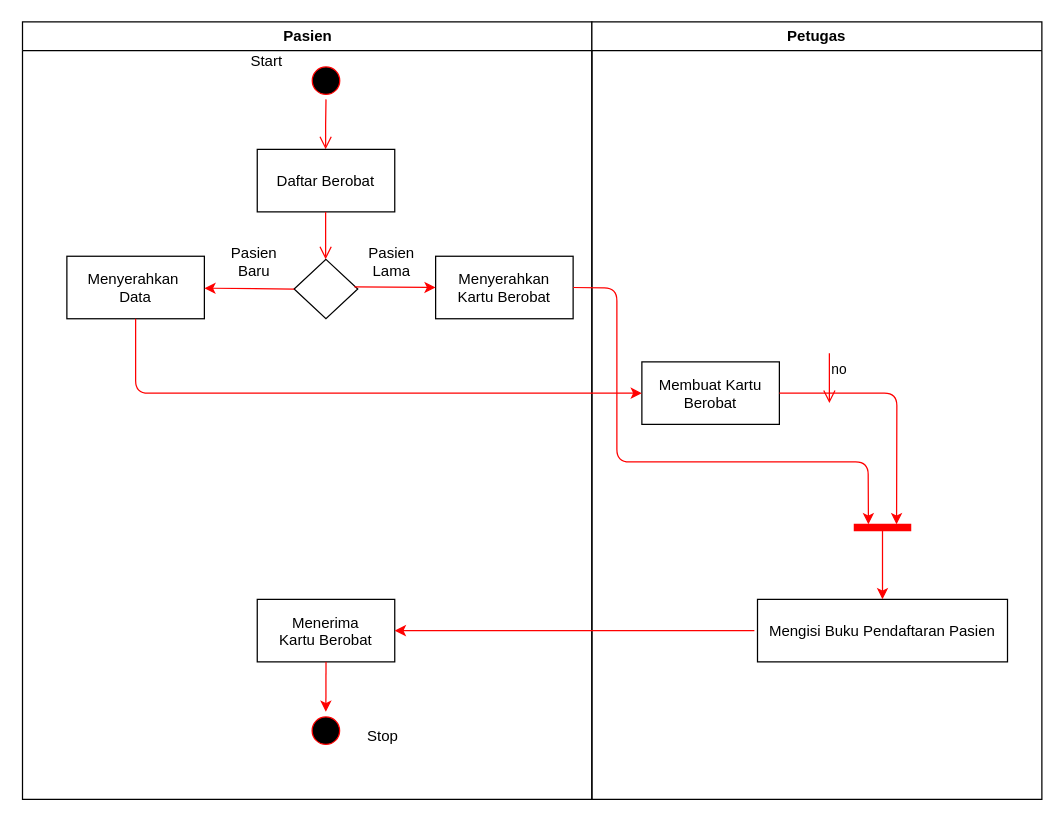
Above: Proses Pendaftaran Pasien.drawio in ratihpn99/rpn (draw.io), before the change. Source tidied: cells renumbered, new cells numbered last; positions are measured from the earlier drawing's top-left corner, leaving out a move shared by most shapes. Both pictures are drawn from the tidied source at 125%, with x=0, y=0 at pixel (21, 21).
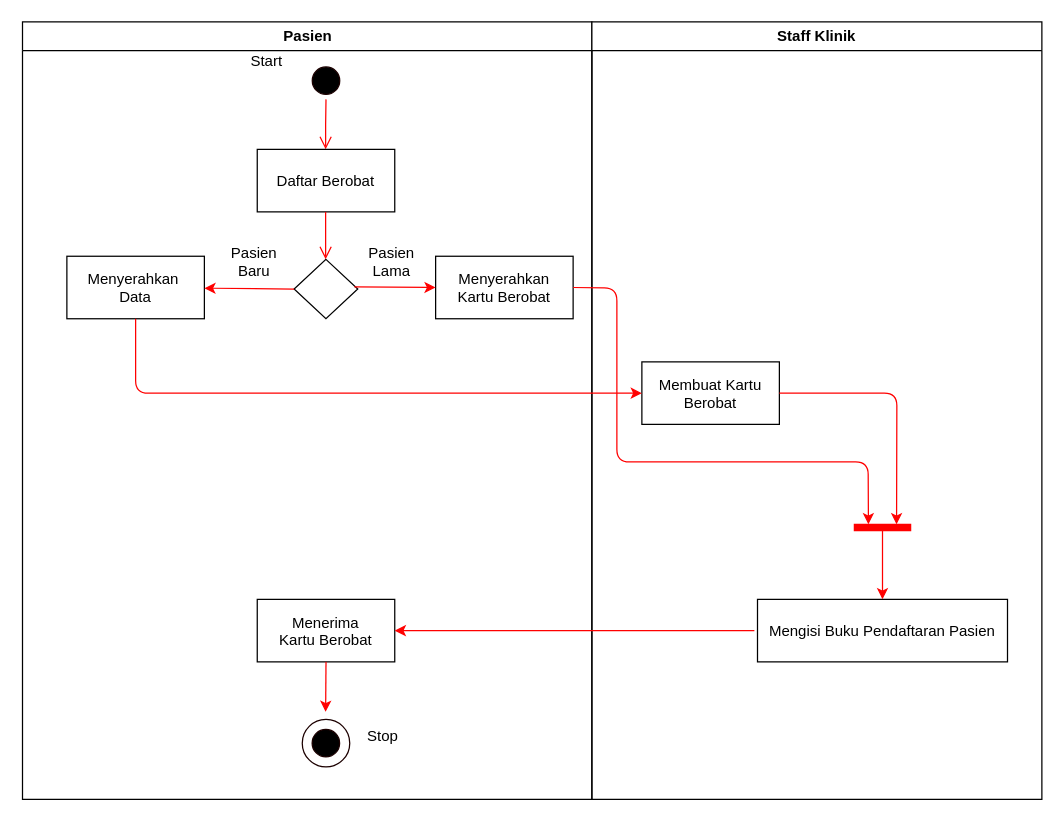
The same page after the edit.

Unchanged cells that the change refers to:
```xml
<mxCell id="2" value="Pasien" style="swimlane;whiteSpace=wrap;" parent="1" vertex="1">
  <mxGeometry x="0.5" width="455.5" height="622" as="geometry" />
</mxCell>
<mxCell id="7" value="Menerima&#10;Kartu Berobat" parent="2" vertex="1">
  <mxGeometry x="187.8" y="462" width="110" height="50" as="geometry" />
</mxCell>
```

Diff of the diagram source:
```diff
@@
-    <mxCell id="3" style="ellipse;shape=startState;fillColor=#000000;strokeColor=#ff0000;" parent="2" vertex="1">
+    <mxCell id="3" style="ellipse;shape=startState;fillColor=#000000;strokeColor=#1C0000;" parent="2" vertex="1">
       <mxGeometry x="227.8" y="32" width="30" height="30" as="geometry" />
     </mxCell>
@@
-    <mxCell id="13" style="ellipse;shape=startState;fillColor=#000000;strokeColor=#ff0000;" parent="2" vertex="1">
-      <mxGeometry x="227.7" y="552" width="30" height="30" as="geometry" />
+    <mxCell id="13" style="ellipse;shape=startState;fillColor=#000000;strokeColor=#1C0000;" parent="2" vertex="1">
+      <mxGeometry x="227.7" y="562" width="30" height="30" as="geometry" />
     </mxCell>
-    <mxCell id="14" style="endArrow=classic;html=1;strokeColor=#FF0000;exitX=0.5;exitY=1;exitDx=0;exitDy=0;entryX=0.5;entryY=0;entryDx=0;entryDy=0;" parent="2" edge="1" source="7" target="13">
-      <mxGeometry relative="1" as="geometry" />
+    <mxCell id="14" style="endArrow=classic;html=1;strokeColor=#FF0000;exitX=0.5;exitY=1;exitDx=0;exitDy=0;" parent="2" edge="1" source="7">
+      <mxGeometry relative="1" as="geometry">
+        <mxPoint x="242.5" y="552" as="targetPoint" />
+        <Array as="points">
+          <mxPoint x="242.5" y="512" />
+        </Array>
+      </mxGeometry>
     </mxCell>
@@
+    <mxCell id="31" style="ellipse;whiteSpace=wrap;html=1;strokeColor=#1C0000;fillColor=none;" parent="2" vertex="1">
+      <mxGeometry x="223.8" y="558" width="38" height="38" as="geometry" />
+    </mxCell>
-    <mxCell id="16" value="Petugas" style="swimlane;whiteSpace=wrap;" parent="1" vertex="1">
+    <mxCell id="16" value="Staff Klinik" style="swimlane;whiteSpace=wrap;" parent="1" vertex="1">
       <mxGeometry x="456" width="360" height="622" as="geometry" />
     </mxCell>
@@
-    <mxCell id="19" value="no" style="edgeStyle=elbowEdgeStyle;elbow=horizontal;align=left;verticalAlign=top;endArrow=open;endSize=8;strokeColor=#FF0000;endFill=1;rounded=0;" parent="16" edge="1">
-      <mxGeometry x="-1" relative="1" as="geometry">
-        <mxPoint x="190" y="265" as="sourcePoint" />
-        <mxPoint x="190" y="305" as="targetPoint" />
-      </mxGeometry>
-    </mxCell>
```
